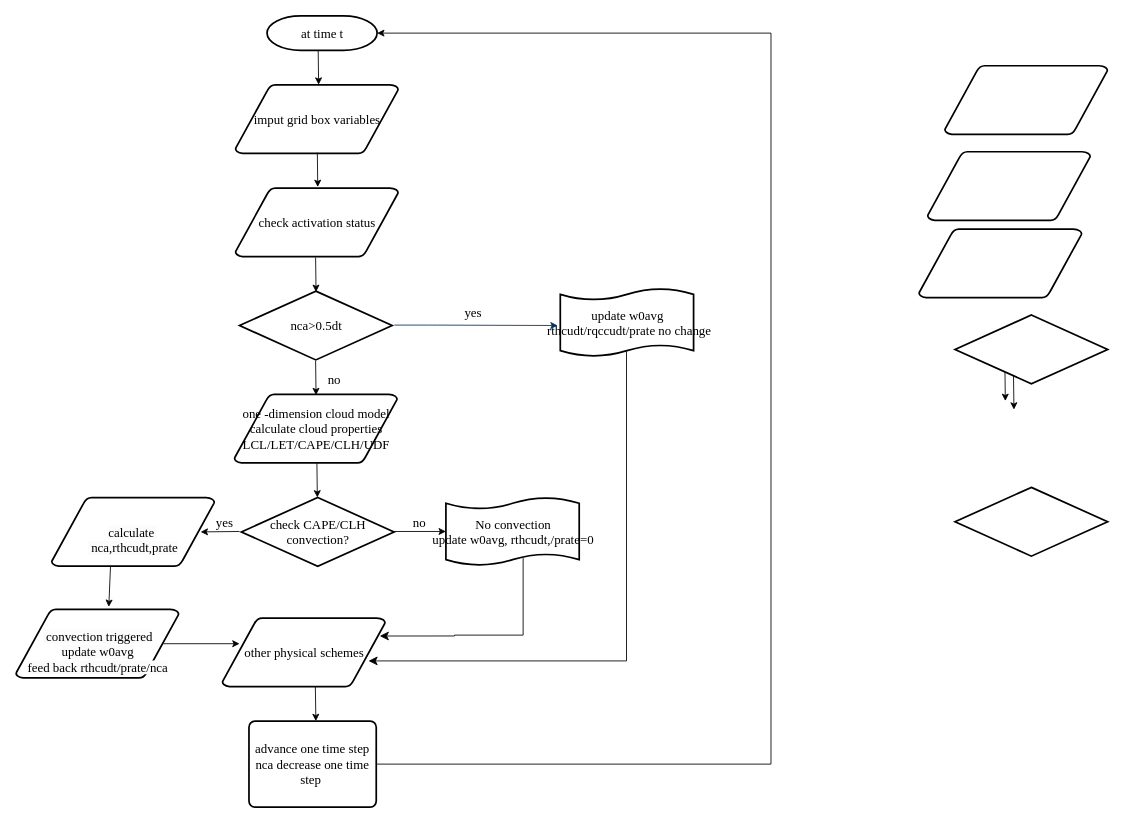
This is mskf-flowchart01.drawio from yuxing79/weather, a draw.io file, before an edit. Source tidied: cells renumbered, new cells numbered last; positions are measured from the earlier drawing's top-left corner, leaving out a move shared by most shapes. Both pictures are drawn from the tidied source at 86%, with x=0, y=0 at pixel (15, 15).
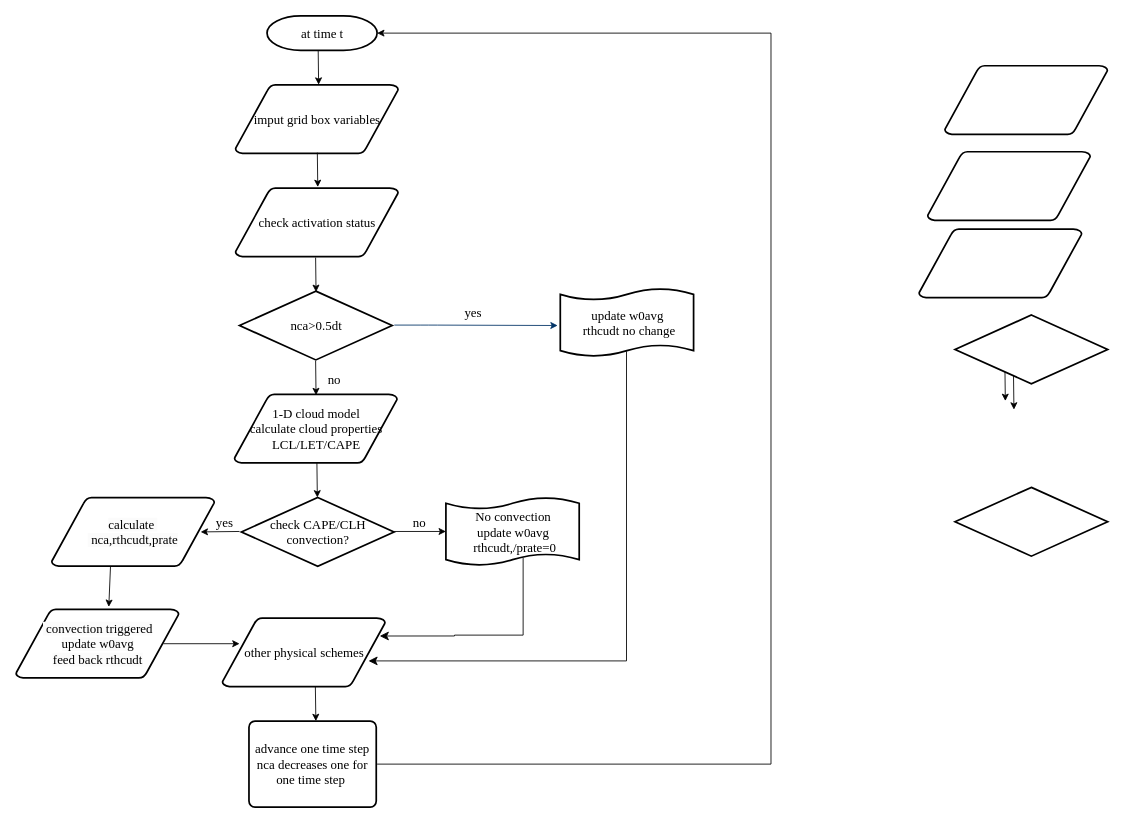
The same page after the edit.

The edit, as a diff of the source:
```diff
@@
-    <mxCell id="7" value="update w0avg&lt;br style=&quot;font-size: 15px;&quot;&gt;&amp;nbsp;rthcudt/rqccudt/prate no change" style="shape=mxgraph.flowchart.paper_tape;strokeWidth=2;gradientColor=none;gradientDirection=north;fontStyle=0;html=1;fontSize=15;fontFamily=Times New Roman;" parent="1" vertex="1">
+    <mxCell id="7" value="update w0avg&lt;br style=&quot;font-size: 15px;&quot;&gt;&amp;nbsp;rthcudt no change" style="shape=mxgraph.flowchart.paper_tape;strokeWidth=2;gradientColor=none;gradientDirection=north;fontStyle=0;html=1;fontSize=15;fontFamily=Times New Roman;" parent="1" vertex="1">
       <mxGeometry x="633" y="316" width="155" height="81" as="geometry" />
     </mxCell>
@@
-    <mxCell id="9" value="No convection&lt;br style=&quot;font-size: 15px;&quot;&gt;update w0avg, rthcudt,/prate=0" style="shape=mxgraph.flowchart.paper_tape;strokeWidth=2;gradientColor=none;gradientDirection=north;fontStyle=0;html=1;fontSize=15;fontFamily=Times New Roman;" parent="1" vertex="1">
+    <mxCell id="9" value="No convection&lt;br style=&quot;font-size: 15px;&quot;&gt;update w0avg&lt;br&gt;&amp;nbsp;rthcudt,/prate=0" style="shape=mxgraph.flowchart.paper_tape;strokeWidth=2;gradientColor=none;gradientDirection=north;fontStyle=0;html=1;fontSize=15;fontFamily=Times New Roman;" parent="1" vertex="1">
       <mxGeometry x="500" y="559" width="155" height="81" as="geometry" />
     </mxCell>
@@
-    <mxCell id="14" value="advance one time step&lt;br style=&quot;border-color: var(--border-color); font-size: 15px;&quot;&gt;nca decrease one time step&amp;nbsp;" style="rounded=1;whiteSpace=wrap;html=1;absoluteArcSize=1;arcSize=14;strokeWidth=2;fontSize=15;fontFamily=Times New Roman;" parent="1" vertex="1">
+    <mxCell id="14" value="advance one time step&lt;br style=&quot;border-color: var(--border-color); font-size: 15px;&quot;&gt;nca decreases one for one time step&amp;nbsp;" style="rounded=1;whiteSpace=wrap;html=1;absoluteArcSize=1;arcSize=14;strokeWidth=2;fontSize=15;fontFamily=Times New Roman;" parent="1" vertex="1">
       <mxGeometry x="271" y="820" width="148" height="100" as="geometry" />
     </mxCell>
@@
-    <mxCell id="21" value="one -dimension cloud model&lt;br style=&quot;border-color: var(--border-color);&quot;&gt;calculate cloud properties&lt;br style=&quot;border-color: var(--border-color);&quot;&gt;LCL/LET/CAPE/CLH/UDF" style="shape=mxgraph.flowchart.data;strokeWidth=2;gradientColor=none;gradientDirection=north;fontStyle=0;html=1;fontSize=15;fontFamily=Times New Roman;" parent="1" vertex="1">
+    <mxCell id="21" value="1-D cloud model&lt;br style=&quot;border-color: var(--border-color);&quot;&gt;calculate cloud properties&lt;br style=&quot;border-color: var(--border-color);&quot;&gt;LCL/LET/CAPE" style="shape=mxgraph.flowchart.data;strokeWidth=2;gradientColor=none;gradientDirection=north;fontStyle=0;html=1;fontSize=15;fontFamily=Times New Roman;" parent="1" vertex="1">
       <mxGeometry x="254" y="440" width="189.5" height="80" as="geometry" />
     </mxCell>
@@
-    <mxCell id="33" value="&lt;br&gt;&lt;span style=&quot;color: rgb(0, 0, 0); font-family: &amp;quot;Times New Roman&amp;quot;; font-size: 15px; font-style: normal; font-variant-ligatures: normal; font-variant-caps: normal; font-weight: 400; letter-spacing: normal; orphans: 2; text-align: center; text-indent: 0px; text-transform: none; widows: 2; word-spacing: 0px; -webkit-text-stroke-width: 0px; background-color: rgb(251, 251, 251); text-decoration-thickness: initial; text-decoration-style: initial; text-decoration-color: initial; float: none; display: inline !important;&quot;&gt;calculate&amp;nbsp;&lt;br&gt;&amp;nbsp;nca,rthcudt,prate&lt;/span&gt;" style="shape=mxgraph.flowchart.data;strokeWidth=2;gradientColor=none;gradientDirection=north;fontStyle=0;html=1;fontSize=15;fontFamily=Times New Roman;" parent="1" vertex="1">
+    <mxCell id="33" value="&lt;span style=&quot;color: rgb(0, 0, 0); font-family: &amp;quot;Times New Roman&amp;quot;; font-size: 15px; font-style: normal; font-variant-ligatures: normal; font-variant-caps: normal; font-weight: 400; letter-spacing: normal; orphans: 2; text-align: center; text-indent: 0px; text-transform: none; widows: 2; word-spacing: 0px; -webkit-text-stroke-width: 0px; background-color: rgb(251, 251, 251); text-decoration-thickness: initial; text-decoration-style: initial; text-decoration-color: initial; float: none; display: inline !important;&quot;&gt;calculate&amp;nbsp;&lt;br&gt;&amp;nbsp;nca,rthcudt,prate&lt;/span&gt;" style="shape=mxgraph.flowchart.data;strokeWidth=2;gradientColor=none;gradientDirection=north;fontStyle=0;html=1;fontSize=15;fontFamily=Times New Roman;" parent="1" vertex="1">
       <mxGeometry x="41.5" y="560" width="189.5" height="80" as="geometry" />
     </mxCell>
@@
-    <mxCell id="37" value="&lt;br&gt;&lt;span style=&quot;color: rgb(0, 0, 0); font-family: &amp;quot;Times New Roman&amp;quot;; font-size: 15px; font-style: normal; font-variant-ligatures: normal; font-variant-caps: normal; font-weight: 400; letter-spacing: normal; orphans: 2; text-align: center; text-indent: 0px; text-transform: none; widows: 2; word-spacing: 0px; -webkit-text-stroke-width: 0px; background-color: rgb(251, 251, 251); text-decoration-thickness: initial; text-decoration-style: initial; text-decoration-color: initial; float: none; display: inline !important;&quot;&gt;&amp;nbsp;convection triggered&lt;/span&gt;&lt;br style=&quot;border-color: var(--border-color); color: rgb(0, 0, 0); font-family: &amp;quot;Times New Roman&amp;quot;; font-size: 15px; font-style: normal; font-variant-ligatures: normal; font-variant-caps: normal; font-weight: 400; letter-spacing: normal; orphans: 2; text-align: center; text-indent: 0px; text-transform: none; widows: 2; word-spacing: 0px; -webkit-text-stroke-width: 0px; background-color: rgb(251, 251, 251); text-decoration-thickness: initial; text-decoration-style: initial; text-decoration-color: initial;&quot;&gt;&lt;span style=&quot;color: rgb(0, 0, 0); font-family: &amp;quot;Times New Roman&amp;quot;; font-size: 15px; font-style: normal; font-variant-ligatures: normal; font-variant-caps: normal; font-weight: 400; letter-spacing: normal; orphans: 2; text-align: center; text-indent: 0px; text-transform: none; widows: 2; word-spacing: 0px; -webkit-text-stroke-width: 0px; background-color: rgb(251, 251, 251); text-decoration-thickness: initial; text-decoration-style: initial; text-decoration-color: initial; float: none; display: inline !important;&quot;&gt;update w0avg&lt;/span&gt;&lt;br style=&quot;border-color: var(--border-color); color: rgb(0, 0, 0); font-family: &amp;quot;Times New Roman&amp;quot;; font-size: 15px; font-style: normal; font-variant-ligatures: normal; font-variant-caps: normal; font-weight: 400; letter-spacing: normal; orphans: 2; text-align: center; text-indent: 0px; text-transform: none; widows: 2; word-spacing: 0px; -webkit-text-stroke-width: 0px; background-color: rgb(251, 251, 251); text-decoration-thickness: initial; text-decoration-style: initial; text-decoration-color: initial;&quot;&gt;&lt;span style=&quot;color: rgb(0, 0, 0); font-family: &amp;quot;Times New Roman&amp;quot;; font-size: 15px; font-style: normal; font-variant-ligatures: normal; font-variant-caps: normal; font-weight: 400; letter-spacing: normal; orphans: 2; text-align: center; text-indent: 0px; text-transform: none; widows: 2; word-spacing: 0px; -webkit-text-stroke-width: 0px; background-color: rgb(251, 251, 251); text-decoration-thickness: initial; text-decoration-style: initial; text-decoration-color: initial; float: none; display: inline !important;&quot;&gt;feed back rthcudt/prate/nca&lt;/span&gt;" style="shape=mxgraph.flowchart.data;strokeWidth=2;gradientColor=none;gradientDirection=north;fontStyle=0;html=1;fontSize=15;fontFamily=Times New Roman;" parent="1" vertex="1">
+    <mxCell id="37" value="&lt;span style=&quot;color: rgb(0, 0, 0); font-family: &amp;quot;Times New Roman&amp;quot;; font-size: 15px; font-style: normal; font-variant-ligatures: normal; font-variant-caps: normal; font-weight: 400; letter-spacing: normal; orphans: 2; text-align: center; text-indent: 0px; text-transform: none; widows: 2; word-spacing: 0px; -webkit-text-stroke-width: 0px; background-color: rgb(251, 251, 251); text-decoration-thickness: initial; text-decoration-style: initial; text-decoration-color: initial; float: none; display: inline !important;&quot;&gt;&amp;nbsp;convection triggered&lt;/span&gt;&lt;br style=&quot;border-color: var(--border-color); color: rgb(0, 0, 0); font-family: &amp;quot;Times New Roman&amp;quot;; font-size: 15px; font-style: normal; font-variant-ligatures: normal; font-variant-caps: normal; font-weight: 400; letter-spacing: normal; orphans: 2; text-align: center; text-indent: 0px; text-transform: none; widows: 2; word-spacing: 0px; -webkit-text-stroke-width: 0px; background-color: rgb(251, 251, 251); text-decoration-thickness: initial; text-decoration-style: initial; text-decoration-color: initial;&quot;&gt;&lt;span style=&quot;color: rgb(0, 0, 0); font-family: &amp;quot;Times New Roman&amp;quot;; font-size: 15px; font-style: normal; font-variant-ligatures: normal; font-variant-caps: normal; font-weight: 400; letter-spacing: normal; orphans: 2; text-align: center; text-indent: 0px; text-transform: none; widows: 2; word-spacing: 0px; -webkit-text-stroke-width: 0px; background-color: rgb(251, 251, 251); text-decoration-thickness: initial; text-decoration-style: initial; text-decoration-color: initial; float: none; display: inline !important;&quot;&gt;update w0avg&lt;/span&gt;&lt;br style=&quot;border-color: var(--border-color); color: rgb(0, 0, 0); font-family: &amp;quot;Times New Roman&amp;quot;; font-size: 15px; font-style: normal; font-variant-ligatures: normal; font-variant-caps: normal; font-weight: 400; letter-spacing: normal; orphans: 2; text-align: center; text-indent: 0px; text-transform: none; widows: 2; word-spacing: 0px; -webkit-text-stroke-width: 0px; background-color: rgb(251, 251, 251); text-decoration-thickness: initial; text-decoration-style: initial; text-decoration-color: initial;&quot;&gt;&lt;span style=&quot;color: rgb(0, 0, 0); font-family: &amp;quot;Times New Roman&amp;quot;; font-size: 15px; font-style: normal; font-variant-ligatures: normal; font-variant-caps: normal; font-weight: 400; letter-spacing: normal; orphans: 2; text-align: center; text-indent: 0px; text-transform: none; widows: 2; word-spacing: 0px; -webkit-text-stroke-width: 0px; background-color: rgb(251, 251, 251); text-decoration-thickness: initial; text-decoration-style: initial; text-decoration-color: initial; float: none; display: inline !important;&quot;&gt;feed back rthcudt&lt;/span&gt;" style="shape=mxgraph.flowchart.data;strokeWidth=2;gradientColor=none;gradientDirection=north;fontStyle=0;html=1;fontSize=15;fontFamily=Times New Roman;" parent="1" vertex="1">
       <mxGeometry y="690" width="189.5" height="80" as="geometry" />
     </mxCell>
```
